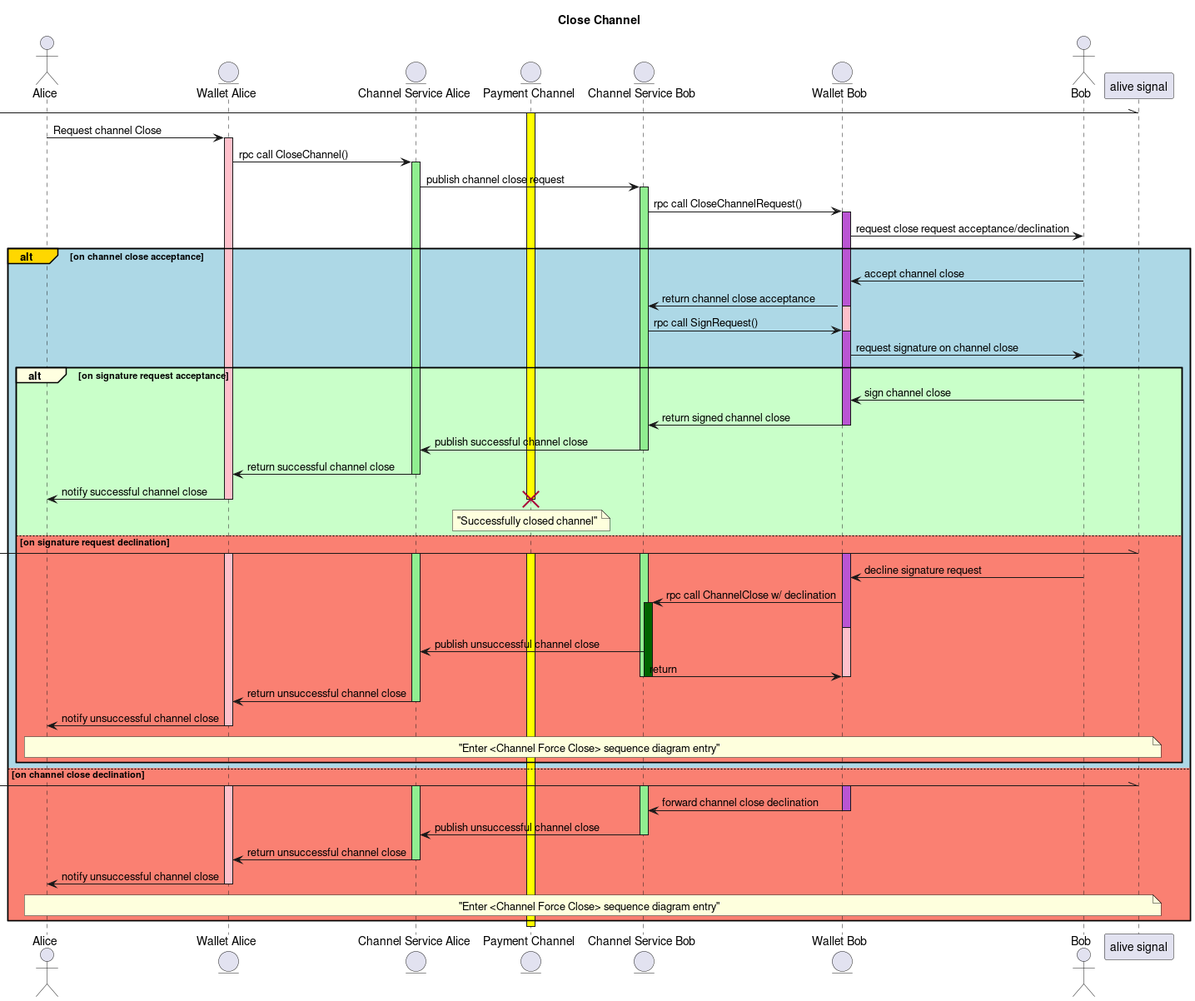
The PlantUML diagram resources/sequence-close.png in perun-network/perun-wallet-spec, before a commit. Source of this version:
```plantuml
@startuml
actor Alice as A
entity "Wallet Alice" as WA
entity "Channel Service Alice" as CSA
entity "Payment Channel" as PC
entity "Channel Service Bob" as CSB
entity "Wallet Bob" as WB
actor Bob as B

title Close Channel

[-\\ "alive signal"
activate PC #yellow
A -> WA : Request channel Close
activate WA #pink
WA -> CSA : rpc call CloseChannel()
activate CSA #lightgreen
CSA -> CSB : publish channel close request
activate CSB #lightgreen
CSB -> WB : rpc call CloseChannelRequest()
activate WB #pink
activate WB #mediumorchid
WB -> B : request close request acceptance/declination
alt#gold #lightblue on channel close acceptance
  B -> WB : accept channel close
  WB -> CSB : return channel close acceptance
  deactivate WB
  CSB -> WB : rpc call SignRequest()
  activate WB #mediumorchid
  WB -> B : request signature on channel close
  alt#lightyellow #technology  on signature request acceptance
    B -> WB : sign channel close
    WB -> CSB : return signed channel close
    deactivate WB
    deactivate WB
    CSB -> CSA : publish successful channel close
    deactivate CSB
    CSA -> WA : return successful channel close
    deactivate CSA
    WA -> A : notify successful channel close
    deactivate WA
    note over PC: "Successfully closed channel"
    destroy PC
  else #salmon on signature request declination
    [-\\ "alive signal"
    activate WB #pink
    activate WB #mediumorchid
    activate CSB #lightgreen
    activate WA #pink
    activate CSA #lightgreen
    activate PC #yellow
    B -> WB : decline signature request
    WB -> CSB : rpc call ChannelClose w/ declination
    activate CSB #darkgreen
    deactivate WB
    CSB -> CSA : publish unsuccessful channel close
    CSB -> WB : return
    deactivate CSB
    deactivate CSB
    deactivate WB
    CSA -> WA : return unsuccessful channel close
    deactivate CSA
    WA -> A : notify unsuccessful channel close
    deactivate WA
    note across: "Enter <Channel Force Close> sequence diagram entry"
  end
else #salmon on channel close declination
  [-\\ "alive signal"
  activate WB #pink
  activate WB #mediumorchid
  activate CSB #lightgreen
  activate WA #pink
  activate CSA #lightgreen
  WB -> CSB : forward channel close declination
  deactivate WB
  deactivate WB
  CSB -> CSA : publish unsuccessful channel close
  deactivate CSB
  CSA -> WA : return unsuccessful channel close
  deactivate CSA
  WA -> A : notify unsuccessful channel close
  deactivate WA
  note across: "Enter <Channel Force Close> sequence diagram entry"
end
deactivate PC


@enduml
```
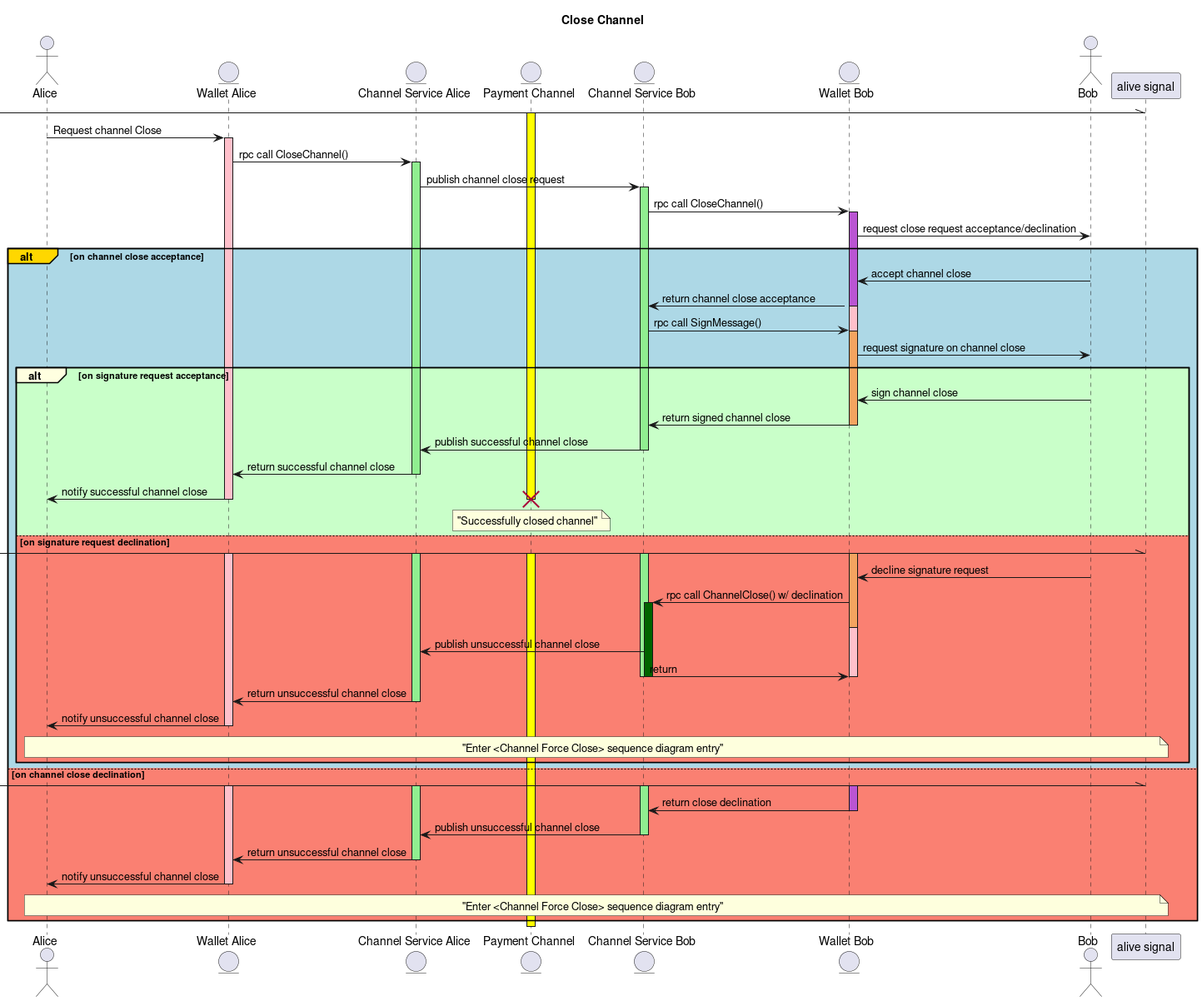
The same file after the commit.

Commit message:
spec: Update sequence diagrams in Spec.md

What changed in the source:
```diff
@@ -17,7 +17,7 @@
 activate CSA #lightgreen
 CSA -> CSB : publish channel close request
 activate CSB #lightgreen
-CSB -> WB : rpc call CloseChannelRequest()
+CSB -> WB : rpc call CloseChannel()
 activate WB #pink
 activate WB #mediumorchid
 WB -> B : request close request acceptance/declination
@@ -25,8 +25,8 @@
   B -> WB : accept channel close
   WB -> CSB : return channel close acceptance
   deactivate WB
-  CSB -> WB : rpc call SignRequest()
-  activate WB #mediumorchid
+  CSB -> WB : rpc call SignMessage()
+  activate WB #sandybrown
   WB -> B : request signature on channel close
   alt#lightyellow #technology  on signature request acceptance
     B -> WB : sign channel close
@@ -44,13 +44,13 @@
   else #salmon on signature request declination
     [-\\ "alive signal"
     activate WB #pink
-    activate WB #mediumorchid
+    activate WB #sandybrown
     activate CSB #lightgreen
     activate WA #pink
     activate CSA #lightgreen
     activate PC #yellow
     B -> WB : decline signature request
-    WB -> CSB : rpc call ChannelClose w/ declination
+    WB -> CSB : rpc call ChannelClose() w/ declination
     activate CSB #darkgreen
     deactivate WB
     CSB -> CSA : publish unsuccessful channel close
@@ -71,7 +71,7 @@
   activate CSB #lightgreen
   activate WA #pink
   activate CSA #lightgreen
-  WB -> CSB : forward channel close declination
+  WB -> CSB : return close declination
   deactivate WB
   deactivate WB
   CSB -> CSA : publish unsuccessful channel close
```
